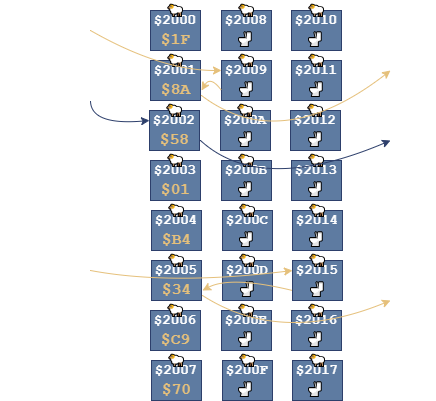
Before: public/assets/memory_mirror.png, a diagram exported from draw.io (afska/emudevz). Source tidied: cells renumbered, new cells last; positions are measured from the earlier drawing's top-left corner, leaving out a move shared by most shapes.
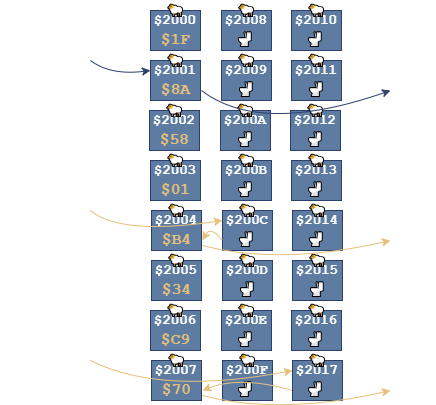
Later version of the same file.

Commit message:
Improving memory_mirror image

The edit, as a diff of the source:
```diff
@@ -2,18 +2,18 @@
   <root>
     <mxCell id="0" />
     <mxCell id="1" parent="0" />
-    <mxCell id="2" value="&lt;b style=&quot;border-color: var(--border-color); font-family: &amp;quot;Courier New&amp;quot;;&quot;&gt;&lt;font color=&quot;#ffffff&quot; style=&quot;font-size: 16px;&quot;&gt;read(0x2002)&lt;/font&gt;&lt;/b&gt;" style="text;align=center;html=1;verticalAlign=middle;whiteSpace=wrap;rounded=0;" parent="1" vertex="1">
-      <mxGeometry y="80" width="120" height="20" as="geometry" />
+    <mxCell id="2" value="&lt;b style=&quot;border-color: var(--border-color); font-family: &amp;quot;Courier New&amp;quot;;&quot;&gt;&lt;font color=&quot;#ffffff&quot; style=&quot;font-size: 16px;&quot;&gt;read(0x2001)&lt;/font&gt;&lt;/b&gt;" style="text;align=center;html=1;verticalAlign=middle;whiteSpace=wrap;rounded=0;" parent="1" vertex="1">
+      <mxGeometry y="40" width="120" height="20" as="geometry" />
     </mxCell>
-    <mxCell id="3" style="curved=1;endArrow=classic;html=1;rounded=0;entryX=0;entryY=0.5;entryDx=0;entryDy=0;strokeColor=#2D3F6B;exitX=0.75;exitY=1;exitDx=0;exitDy=0;" parent="1" edge="1" source="2" target="15">
+    <mxCell id="3" style="curved=1;endArrow=classic;html=1;rounded=0;entryX=0;entryY=0.5;entryDx=0;entryDy=0;strokeColor=#2D3F6B;exitX=0.75;exitY=1;exitDx=0;exitDy=0;" parent="1" edge="1" source="2" target="11">
       <mxGeometry relative="1" as="geometry">
         <Array as="points">
-          <mxPoint x="90" y="125" />
+          <mxPoint x="110" y="75" />
         </Array>
       </mxGeometry>
     </mxCell>
-    <mxCell id="4" value="&lt;b style=&quot;border-color: var(--border-color); font-family: &amp;quot;Courier New&amp;quot;;&quot;&gt;&lt;font color=&quot;#ffffff&quot; style=&quot;font-size: 16px;&quot;&gt;0x58&lt;/font&gt;&lt;/b&gt;" style="text;align=center;html=1;verticalAlign=middle;whiteSpace=wrap;rounded=0;" parent="1" vertex="1">
-      <mxGeometry x="390" y="130" width="46" height="20" as="geometry" />
+    <mxCell id="4" value="&lt;b style=&quot;border-color: var(--border-color); font-family: &amp;quot;Courier New&amp;quot;;&quot;&gt;&lt;font color=&quot;#ffffff&quot; style=&quot;font-size: 16px;&quot;&gt;0x8A&lt;/font&gt;&lt;/b&gt;" style="text;align=center;html=1;verticalAlign=middle;whiteSpace=wrap;rounded=0;" parent="1" vertex="1">
+      <mxGeometry x="390" y="80" width="46" height="20" as="geometry" />
     </mxCell>
     <mxCell id="5" style="rounded=0;whiteSpace=wrap;html=1;strokeColor=#2D3F6B;fillColor=#5E7BA1;" parent="1" vertex="1">
       <mxGeometry x="150" y="10" width="50" height="40" as="geometry" />
@@ -303,66 +303,69 @@
     <mxCell id="100" value="&lt;font color=&quot;#ffffff&quot; size=&quot;1&quot; face=&quot;Courier New&quot;&gt;&lt;b style=&quot;font-size: 14px;&quot;&gt;🚽&lt;/b&gt;&lt;/font&gt;" style="text;align=center;html=1;verticalAlign=middle;whiteSpace=wrap;rounded=0;" parent="1" vertex="1">
       <mxGeometry x="305" y="380" width="20" height="20" as="geometry" />
     </mxCell>
-    <mxCell id="101" value="&lt;b style=&quot;border-color: var(--border-color); font-family: &amp;quot;Courier New&amp;quot;;&quot;&gt;&lt;font color=&quot;#ffffff&quot; style=&quot;font-size: 16px;&quot;&gt;read(0x2009)&lt;/font&gt;&lt;/b&gt;" style="text;align=center;html=1;verticalAlign=middle;whiteSpace=wrap;rounded=0;" parent="1" vertex="1">
-      <mxGeometry y="10" width="120" height="20" as="geometry" />
+    <mxCell id="101" value="&lt;b style=&quot;border-color: var(--border-color); font-family: &amp;quot;Courier New&amp;quot;;&quot;&gt;&lt;font color=&quot;#ffffff&quot; style=&quot;font-size: 16px;&quot;&gt;read(0x200C)&lt;/font&gt;&lt;/b&gt;" style="text;align=center;html=1;verticalAlign=middle;whiteSpace=wrap;rounded=0;" parent="1" vertex="1">
+      <mxGeometry y="190" width="120" height="20" as="geometry" />
     </mxCell>
-    <mxCell id="102" style="curved=1;endArrow=classic;html=1;rounded=0;entryX=0;entryY=0.5;entryDx=0;entryDy=0;strokeColor=#E5C07B;exitX=0.75;exitY=1;exitDx=0;exitDy=0;" parent="1" edge="1" source="101" target="41">
+    <mxCell id="102" style="curved=1;endArrow=classic;html=1;rounded=0;entryX=0;entryY=0.5;entryDx=0;entryDy=0;strokeColor=#E5C07B;exitX=0.75;exitY=1;exitDx=0;exitDy=0;" parent="1" edge="1" source="101" target="50">
       <mxGeometry relative="1" as="geometry">
         <Array as="points">
-          <mxPoint x="160" y="70" />
+          <mxPoint x="120" y="235" />
         </Array>
       </mxGeometry>
     </mxCell>
-    <mxCell id="103" style="curved=1;endArrow=classic;html=1;rounded=0;strokeColor=#E5C07B;exitX=0;exitY=0.75;exitDx=0;exitDy=0;entryX=1;entryY=0.5;entryDx=0;entryDy=0;" parent="1" edge="1" source="40" target="10">
+    <mxCell id="103" style="curved=1;endArrow=classic;html=1;rounded=0;strokeColor=#E5C07B;exitX=0;exitY=0.75;exitDx=0;exitDy=0;entryX=1;entryY=0.5;entryDx=0;entryDy=0;" parent="1" edge="1" source="49" target="22">
       <mxGeometry relative="1" as="geometry">
         <Array as="points">
-          <mxPoint x="210" y="75" />
+          <mxPoint x="210" y="225" />
         </Array>
       </mxGeometry>
     </mxCell>
-    <mxCell id="104" value="&lt;b style=&quot;border-color: var(--border-color); font-family: &amp;quot;Courier New&amp;quot;;&quot;&gt;&lt;font color=&quot;#ffffff&quot; style=&quot;font-size: 16px;&quot;&gt;0x8A&lt;/font&gt;&lt;/b&gt;" style="text;align=center;html=1;verticalAlign=middle;whiteSpace=wrap;rounded=0;" parent="1" vertex="1">
-      <mxGeometry x="390" y="60" width="46" height="20" as="geometry" />
+    <mxCell id="104" value="&lt;b style=&quot;border-color: var(--border-color); font-family: &amp;quot;Courier New&amp;quot;;&quot;&gt;&lt;font color=&quot;#ffffff&quot; style=&quot;font-size: 16px;&quot;&gt;0xB4&lt;/font&gt;&lt;/b&gt;" style="text;align=center;html=1;verticalAlign=middle;whiteSpace=wrap;rounded=0;" parent="1" vertex="1">
+      <mxGeometry x="390" y="230" width="46" height="20" as="geometry" />
     </mxCell>
-    <mxCell id="105" style="curved=1;endArrow=classic;html=1;rounded=0;strokeColor=#2D3F6B;exitX=1;exitY=0.5;exitDx=0;exitDy=0;entryX=0;entryY=0.5;entryDx=0;entryDy=0;" parent="1" edge="1" source="14" target="4">
+    <mxCell id="105" style="curved=1;endArrow=classic;html=1;rounded=0;strokeColor=#2D3F6B;exitX=1;exitY=0.5;exitDx=0;exitDy=0;entryX=0;entryY=0.5;entryDx=0;entryDy=0;" parent="1" edge="1" source="10" target="4">
       <mxGeometry relative="1" as="geometry">
         <Array as="points">
-          <mxPoint x="260" y="195" />
+          <mxPoint x="260" y="135" />
         </Array>
       </mxGeometry>
     </mxCell>
-    <mxCell id="106" style="curved=1;endArrow=classic;html=1;rounded=0;strokeColor=#E5C07B;exitX=1;exitY=0.75;exitDx=0;exitDy=0;entryX=0;entryY=0.5;entryDx=0;entryDy=0;" parent="1" edge="1" source="10" target="104">
+    <mxCell id="106" style="curved=1;endArrow=classic;html=1;rounded=0;strokeColor=#E5C07B;exitX=1;exitY=0.75;exitDx=0;exitDy=0;entryX=0;entryY=0.5;entryDx=0;entryDy=0;" parent="1" edge="1" source="22" target="104">
       <mxGeometry relative="1" as="geometry">
         <Array as="points">
-          <mxPoint x="280" y="155" />
+          <mxPoint x="280" y="265" />
         </Array>
       </mxGeometry>
     </mxCell>
-    <mxCell id="107" value="&lt;b style=&quot;border-color: var(--border-color); font-family: &amp;quot;Courier New&amp;quot;;&quot;&gt;&lt;font color=&quot;#ffffff&quot; style=&quot;font-size: 16px;&quot;&gt;read(0x2015)&lt;/font&gt;&lt;/b&gt;" style="text;align=center;html=1;verticalAlign=middle;whiteSpace=wrap;rounded=0;" parent="1" vertex="1">
-      <mxGeometry y="250" width="120" height="20" as="geometry" />
+    <mxCell id="107" value="&lt;b style=&quot;border-color: var(--border-color); font-family: &amp;quot;Courier New&amp;quot;;&quot;&gt;&lt;font color=&quot;#ffffff&quot; style=&quot;font-size: 16px;&quot;&gt;read(0x2017)&lt;/font&gt;&lt;/b&gt;" style="text;align=center;html=1;verticalAlign=middle;whiteSpace=wrap;rounded=0;" parent="1" vertex="1">
+      <mxGeometry y="340" width="120" height="20" as="geometry" />
     </mxCell>
-    <mxCell id="108" style="curved=1;endArrow=classic;html=1;rounded=0;strokeColor=#E5C07B;exitX=0.75;exitY=1;exitDx=0;exitDy=0;entryX=0;entryY=0.5;entryDx=0;entryDy=0;" parent="1" edge="1" source="107" target="85">
+    <mxCell id="108" style="curved=1;endArrow=classic;html=1;rounded=0;strokeColor=#E5C07B;exitX=0.75;exitY=1;exitDx=0;exitDy=0;entryX=0;entryY=0.5;entryDx=0;entryDy=0;" parent="1" edge="1" source="107" target="91">
       <mxGeometry relative="1" as="geometry">
         <Array as="points">
-          <mxPoint x="170" y="285" />
+          <mxPoint x="160" y="395" />
         </Array>
       </mxGeometry>
     </mxCell>
-    <mxCell id="109" style="curved=1;endArrow=classic;html=1;rounded=0;strokeColor=#E5C07B;exitX=1;exitY=0.75;exitDx=0;exitDy=0;entryX=0;entryY=0.5;entryDx=0;entryDy=0;" parent="1" edge="1" source="26" target="110">
+    <mxCell id="109" style="curved=1;endArrow=classic;html=1;rounded=0;strokeColor=#E5C07B;exitX=1;exitY=0.75;exitDx=0;exitDy=0;entryX=0;entryY=0.5;entryDx=0;entryDy=0;" parent="1" edge="1" source="34" target="110">
       <mxGeometry relative="1" as="geometry">
         <Array as="points">
-          <mxPoint x="280" y="345" />
+          <mxPoint x="280" y="415" />
         </Array>
       </mxGeometry>
     </mxCell>
-    <mxCell id="110" value="&lt;b style=&quot;border-color: var(--border-color); font-family: &amp;quot;Courier New&amp;quot;;&quot;&gt;&lt;font color=&quot;#ffffff&quot; style=&quot;font-size: 16px;&quot;&gt;0x34&lt;/font&gt;&lt;/b&gt;" style="text;align=center;html=1;verticalAlign=middle;whiteSpace=wrap;rounded=0;" parent="1" vertex="1">
-      <mxGeometry x="390" y="290" width="46" height="20" as="geometry" />
+    <mxCell id="110" value="&lt;b style=&quot;border-color: var(--border-color); font-family: &amp;quot;Courier New&amp;quot;;&quot;&gt;&lt;font color=&quot;#ffffff&quot; style=&quot;font-size: 16px;&quot;&gt;0x70&lt;/font&gt;&lt;/b&gt;" style="text;align=center;html=1;verticalAlign=middle;whiteSpace=wrap;rounded=0;" parent="1" vertex="1">
+      <mxGeometry x="390" y="380" width="46" height="20" as="geometry" />
     </mxCell>
-    <mxCell id="111" style="curved=1;endArrow=classic;html=1;rounded=0;strokeColor=#E5C07B;exitX=0;exitY=0.75;exitDx=0;exitDy=0;entryX=1;entryY=0.5;entryDx=0;entryDy=0;" parent="1" edge="1" source="84" target="26">
+    <mxCell id="111" style="curved=1;endArrow=classic;html=1;rounded=0;strokeColor=#E5C07B;exitX=0;exitY=0.75;exitDx=0;exitDy=0;entryX=1;entryY=0.5;entryDx=0;entryDy=0;" parent="1" edge="1" source="90" target="34">
       <mxGeometry relative="1" as="geometry">
         <Array as="points">
-          <mxPoint x="230" y="275" />
+          <mxPoint x="240" y="375" />
         </Array>
       </mxGeometry>
     </mxCell>
+    <mxCell id="112" style="edgeStyle=orthogonalEdgeStyle;rounded=0;orthogonalLoop=1;jettySize=auto;html=1;exitX=0.5;exitY=1;exitDx=0;exitDy=0;" parent="1" edge="1" source="101" target="101">
+      <mxGeometry relative="1" as="geometry" />
+    </mxCell>
   </root>
 </mxGraphModel>
```
